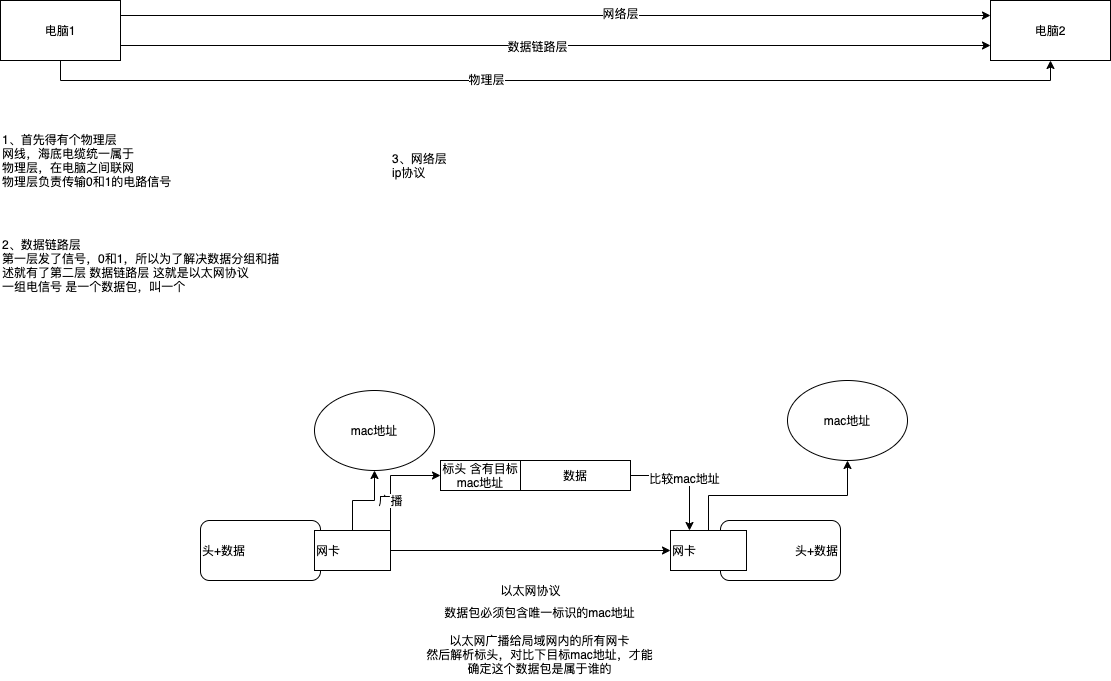
The draw.io diagram cs/tcp-ip-model.png in sivanbil/architecthure-diagram, before a commit. Source tidied: cells renumbered, new cells last; positions are measured from the earlier drawing's top-left corner, leaving out a move shared by most shapes.
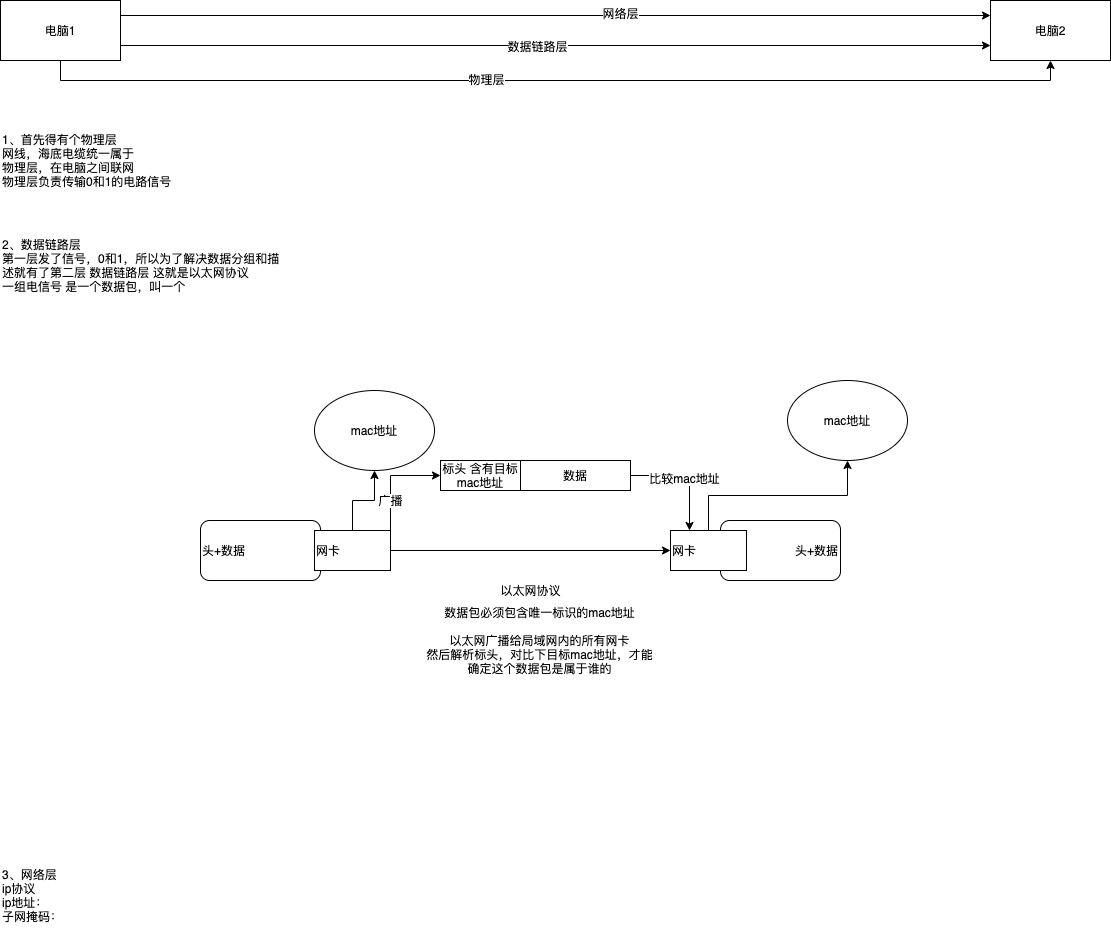
After the change.

The edit, as a diff of the source:
```diff
@@ -83,8 +83,8 @@
     <mxCell id="28" value="数据" style="rounded=0;whiteSpace=wrap;html=1;align=center;" parent="1" vertex="1">
       <mxGeometry x="520" y="460" width="110" height="30" as="geometry" />
     </mxCell>
-    <mxCell id="29" value="3、网络层 &lt;br&gt;ip协议" style="text;html=1;strokeColor=none;fillColor=none;align=left;verticalAlign=middle;whiteSpace=wrap;rounded=0;" parent="1" vertex="1">
-      <mxGeometry x="390" y="130" width="280" height="70" as="geometry" />
+    <mxCell id="29" value="3、网络层 &lt;br&gt;ip协议&lt;br&gt;ip地址：&lt;br&gt;子网掩码：" style="text;html=1;strokeColor=none;fillColor=none;align=left;verticalAlign=middle;whiteSpace=wrap;rounded=0;" parent="1" vertex="1">
+      <mxGeometry y="860" width="280" height="70" as="geometry" />
     </mxCell>
   </root>
 </mxGraphModel>
```
